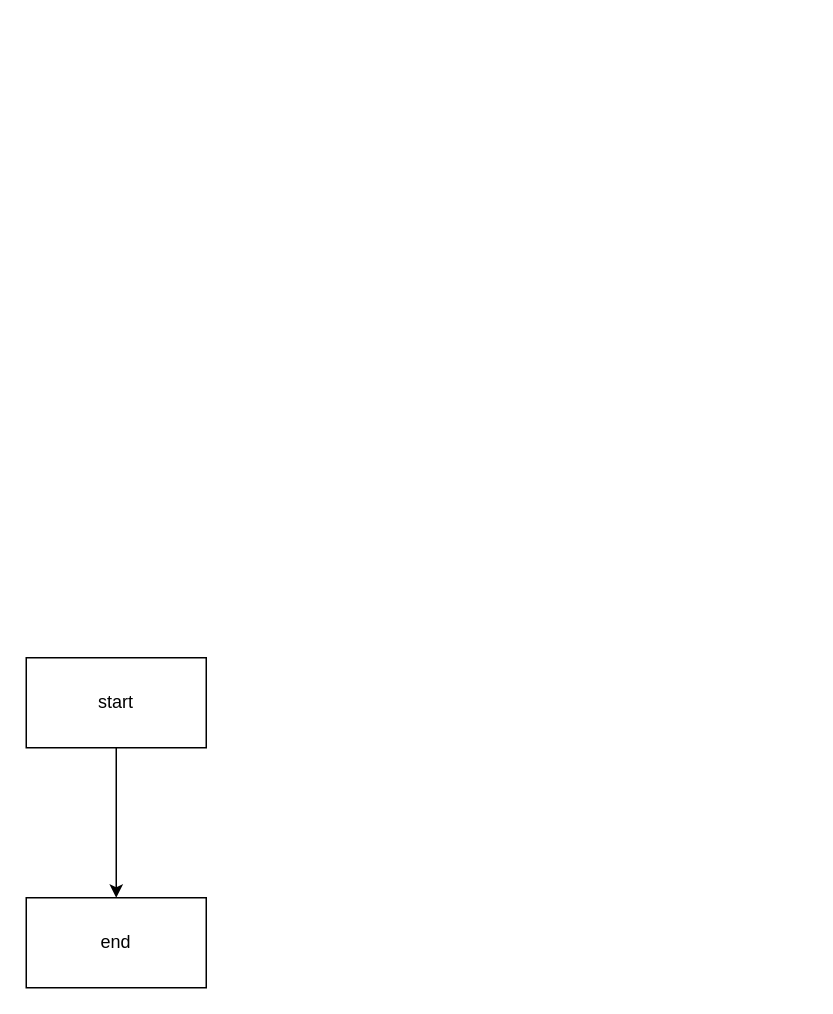
The draw.io diagram Untitled Diagram.drawio in mlr2905/project, before the edit. Source tidied: cells renumbered, new cells numbered last; positions are measured from the earlier drawing's top-left corner, leaving out a move shared by most shapes. Both pictures are drawn from the tidied source at 150%, with x=0, y=0 at pixel (26, 657).
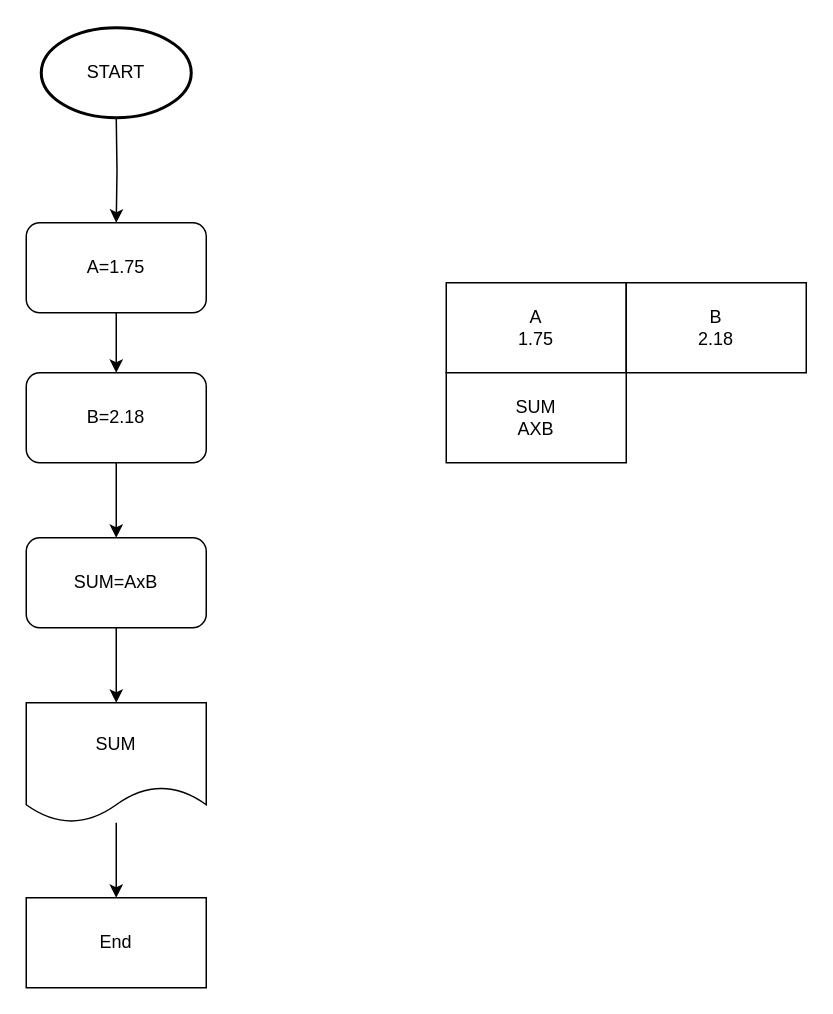
Above is the later version.

Change to the diagram source:
```diff
@@
 <mxGraphModel>
   <root>
     <mxCell id="0" />
     <mxCell id="1" parent="0" />
-    <mxCell id="2" style="edgeStyle=orthogonalEdgeStyle;rounded=0;jettySize=auto;html=1;" parent="1" edge="1" source="3" target="4">
-      <mxGeometry relative="1" as="geometry" />
-    </mxCell>
-    <mxCell id="3" value="start" style="rounded=0;whiteSpace=wrap;html=1;" parent="1" vertex="1">
-      <mxGeometry width="120" height="60" as="geometry" />
-    </mxCell>
+    <mxCell id="5" style="edgeStyle=orthogonalEdgeStyle;rounded=0;jettySize=auto;html=1;entryX=0.5;entryY=0;entryDx=0;entryDy=0;" parent="1" edge="1" target="7">
+      <mxGeometry relative="1" as="geometry">
+        <mxPoint x="60" y="-360" as="sourcePoint" />
+      </mxGeometry>
+    </mxCell>
-    <mxCell id="4" value="end" style="rounded=0;whiteSpace=wrap;html=1;" parent="1" vertex="1">
+    <mxCell id="4" value="End" style="rounded=0;whiteSpace=wrap;html=1;" parent="1" vertex="1">
       <mxGeometry y="160" width="120" height="60" as="geometry" />
     </mxCell>
+    <mxCell id="6" style="edgeStyle=orthogonalEdgeStyle;rounded=0;jettySize=auto;html=1;" parent="1" edge="1" source="7" target="9">
+      <mxGeometry relative="1" as="geometry" />
+    </mxCell>
+    <mxCell id="7" value="A=1.75" style="rounded=1;whiteSpace=wrap;html=1;" parent="1" vertex="1">
+      <mxGeometry y="-290" width="120" height="60" as="geometry" />
+    </mxCell>
+    <mxCell id="8" style="edgeStyle=orthogonalEdgeStyle;rounded=0;jettySize=auto;html=1;" parent="1" edge="1" source="9">
+      <mxGeometry relative="1" as="geometry">
+        <mxPoint x="60" y="-80" as="targetPoint" />
+      </mxGeometry>
+    </mxCell>
+    <mxCell id="9" value="B=2.18" style="rounded=1;whiteSpace=wrap;html=1;" parent="1" vertex="1">
+      <mxGeometry y="-190" width="120" height="60" as="geometry" />
+    </mxCell>
+    <mxCell id="10" style="edgeStyle=orthogonalEdgeStyle;rounded=0;jettySize=auto;html=1;" parent="1" edge="1" source="11" target="13">
+      <mxGeometry relative="1" as="geometry" />
+    </mxCell>
+    <mxCell id="11" value="SUM=AxB" style="rounded=1;whiteSpace=wrap;html=1;" parent="1" vertex="1">
+      <mxGeometry y="-80" width="120" height="60" as="geometry" />
+    </mxCell>
+    <mxCell id="12" style="edgeStyle=orthogonalEdgeStyle;rounded=0;jettySize=auto;html=1;entryX=0.5;entryY=0;entryDx=0;entryDy=0;" parent="1" edge="1" source="13" target="4">
+      <mxGeometry relative="1" as="geometry" />
+    </mxCell>
+    <mxCell id="13" value="SUM" style="shape=document;whiteSpace=wrap;html=1;boundedLbl=1;" parent="1" vertex="1">
+      <mxGeometry y="30" width="120" height="80" as="geometry" />
+    </mxCell>
+    <mxCell id="14" value="A&lt;br&gt;1.75" style="rounded=0;whiteSpace=wrap;html=1;" parent="1" vertex="1">
+      <mxGeometry x="280" y="-250" width="120" height="60" as="geometry" />
+    </mxCell>
+    <mxCell id="15" value="B&lt;br&gt;2.18" style="rounded=0;whiteSpace=wrap;html=1;" parent="1" vertex="1">
+      <mxGeometry x="400" y="-250" width="120" height="60" as="geometry" />
+    </mxCell>
+    <mxCell id="16" value="SUM&lt;br&gt;AXB" style="rounded=0;whiteSpace=wrap;html=1;" parent="1" vertex="1">
+      <mxGeometry x="280" y="-190" width="120" height="60" as="geometry" />
+    </mxCell>
+    <mxCell id="17" value="START" style="strokeWidth=2;html=1;shape=mxgraph.flowchart.start_1;whiteSpace=wrap;" parent="1" vertex="1">
+      <mxGeometry x="10" y="-420" width="100" height="60" as="geometry" />
+    </mxCell>
   </root>
 </mxGraphModel>
```
